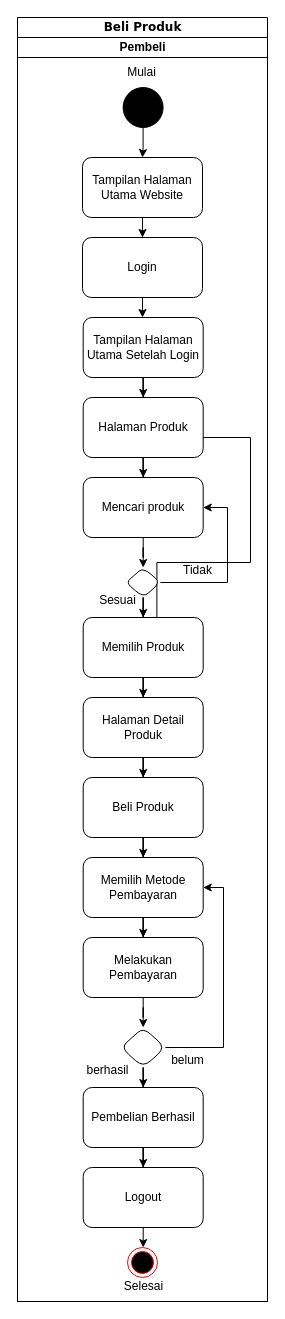
This is Untitled Diagram.drawio from Al1en131/Project-Portfolio, a draw.io file, before an edit. Source tidied: cells renumbered, new cells numbered last; positions are measured from the earlier drawing's top-left corner, leaving out a move shared by most shapes. Both pictures are drawn from the tidied source at 100%, with x=0, y=0 at pixel (17, 17).
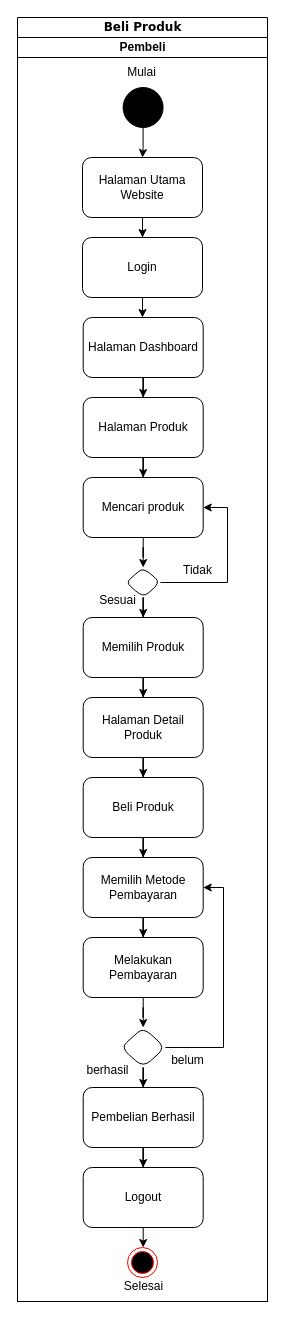
After the change.

Unchanged cells that the change refers to:
```xml
<mxCell id="3" value="Pembeli" style="swimlane;html=1;startSize=20;" parent="2" vertex="1">
  <mxGeometry y="20" width="250" height="1264" as="geometry" />
</mxCell>
```

The edit, as a diff of the source:
```diff
@@
-    <mxCell id="7" style="edgeStyle=orthogonalEdgeStyle;rounded=0;orthogonalLoop=1;jettySize=auto;html=1;entryX=1;entryY=0.5;entryDx=0;entryDy=0;" parent="3" edge="1">
-      <mxGeometry relative="1" as="geometry">
-        <mxPoint x="139.4" y="585" as="sourcePoint" />
-        <mxPoint x="172.5" y="400" as="targetPoint" />
-        <Array as="points">
-          <mxPoint x="233" y="525" />
-          <mxPoint x="233" y="400" />
-        </Array>
-      </mxGeometry>
-    </mxCell>
@@
-    <mxCell id="11" value="Tampilan Halaman Utama Setelah Login" style="whiteSpace=wrap;html=1;rounded=1;" parent="3" vertex="1">
+    <mxCell id="11" value="Halaman Dashboard" style="whiteSpace=wrap;html=1;rounded=1;" parent="3" vertex="1">
       <mxGeometry x="65.7" y="280" width="120" height="60" as="geometry" />
     </mxCell>
@@
-    <mxCell id="13" value="Tampilan Halaman Utama Website" style="rounded=1;whiteSpace=wrap;html=1;" parent="3" vertex="1">
+    <mxCell id="13" value="Halaman Utama Website" style="rounded=1;whiteSpace=wrap;html=1;" parent="3" vertex="1">
       <mxGeometry x="65" y="120" width="120" height="60" as="geometry" />
     </mxCell>
```
